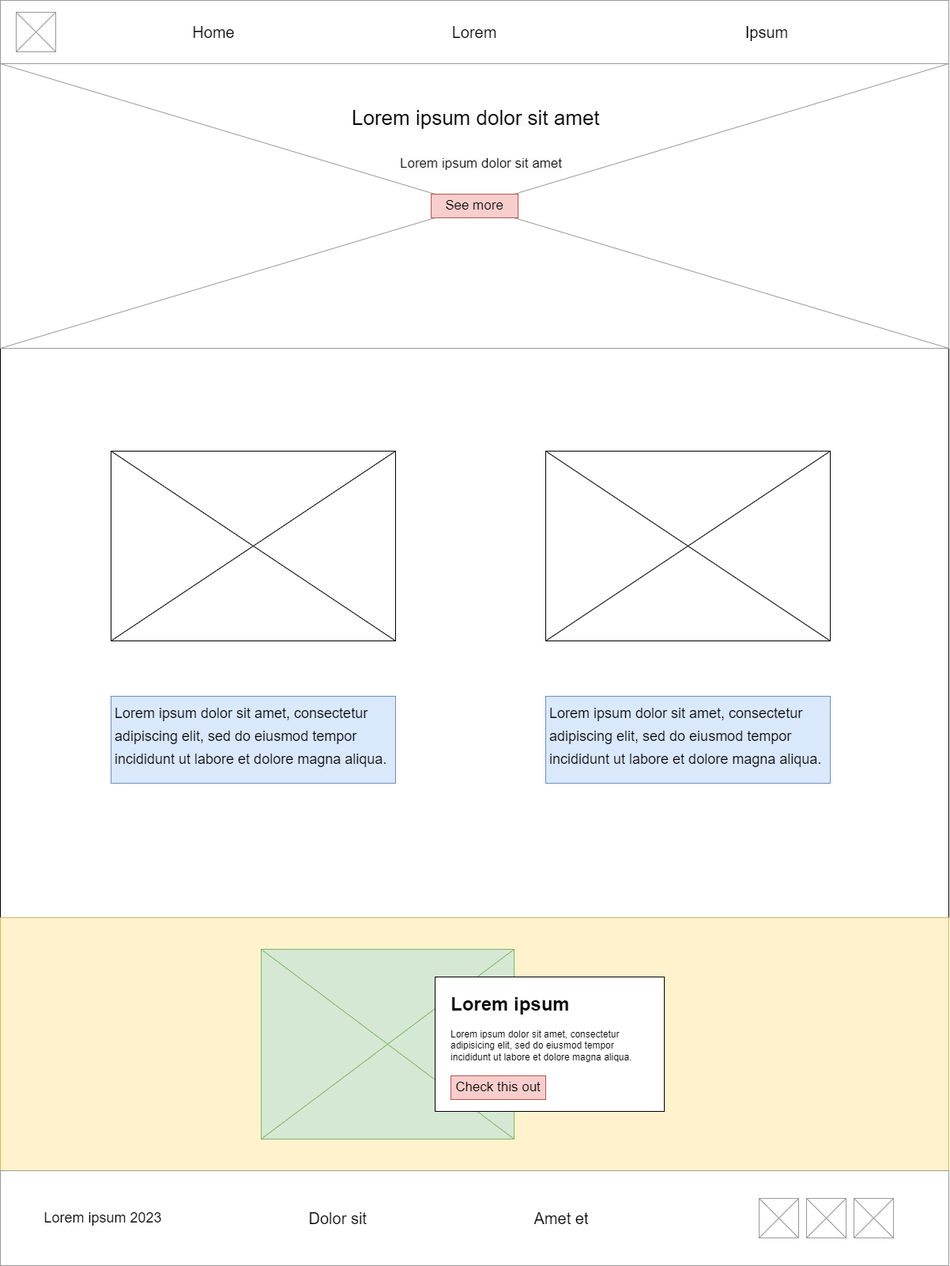
Above: design4triumph/images/storiespage.png in loureiroluan/wdd130 (draw.io), before the change. Source tidied: cells renumbered, new cells last; positions are measured from the earlier drawing's top-left corner, leaving out a move shared by most shapes. Its diagram source:
```xml
<mxGraphModel>
  <root>
    <mxCell id="0" />
    <mxCell id="1" parent="0" />
    <mxCell id="2" style="rounded=0;whiteSpace=wrap;html=1;" parent="1" vertex="1">
      <mxGeometry y="440" width="1200" height="720" as="geometry" />
    </mxCell>
    <mxCell id="3" style="strokeWidth=1;shadow=0;dashed=0;align=center;html=1;shape=mxgraph.mockup.forms.rrect;rSize=0;strokeColor=#d6b656;fillColor=#fff2cc;" parent="1" vertex="1">
      <mxGeometry y="1160" width="1200" height="320" as="geometry" />
    </mxCell>
    <mxCell id="4" style="strokeWidth=1;shadow=0;dashed=0;align=center;html=1;shape=mxgraph.mockup.forms.rrect;rSize=0;strokeColor=#999999;" parent="1" vertex="1">
      <mxGeometry width="1200" height="80" as="geometry" />
    </mxCell>
    <mxCell id="5" style="verticalLabelPosition=bottom;shadow=0;dashed=0;align=center;html=1;verticalAlign=top;strokeWidth=1;shape=mxgraph.mockup.graphics.simpleIcon;strokeColor=#999999;fillColor=#ffffff;" parent="1" vertex="1">
      <mxGeometry x="20" y="15" width="50" height="50" as="geometry" />
    </mxCell>
    <object id="6" label="&lt;span style=&quot;font-size: 20px;&quot;&gt;Ipsum&lt;/span&gt;" name="Variable" placeholders="1">
      <mxCell style="text;html=1;strokeColor=none;fillColor=none;align=center;verticalAlign=middle;whiteSpace=wrap;overflow=hidden;" parent="1" vertex="1">
        <mxGeometry x="930" y="20" width="80" height="40" as="geometry" />
      </mxCell>
    </object>
    <object id="7" label="&lt;font style=&quot;font-size: 20px;&quot;&gt;Home&lt;/font&gt;" name="Variable" placeholders="1">
      <mxCell style="text;html=1;strokeColor=none;fillColor=none;align=center;verticalAlign=middle;whiteSpace=wrap;overflow=hidden;" parent="1" vertex="1">
        <mxGeometry x="230" y="20" width="80" height="40" as="geometry" />
      </mxCell>
    </object>
    <object id="8" label="&lt;font style=&quot;font-size: 20px;&quot;&gt;Lorem&lt;/font&gt;" name="Variable" placeholders="1">
      <mxCell style="text;html=1;strokeColor=none;fillColor=none;align=center;verticalAlign=middle;whiteSpace=wrap;overflow=hidden;" parent="1" vertex="1">
        <mxGeometry x="560" y="20" width="80" height="40" as="geometry" />
      </mxCell>
    </object>
    <mxCell id="9" style="verticalLabelPosition=bottom;shadow=0;dashed=0;align=center;html=1;verticalAlign=top;strokeWidth=1;shape=mxgraph.mockup.graphics.simpleIcon;strokeColor=#999999;fillColor=#ffffff;" parent="1" vertex="1">
      <mxGeometry y="80" width="1200" height="360" as="geometry" />
    </mxCell>
    <mxCell id="10" style="strokeWidth=1;shadow=0;dashed=0;align=center;html=1;shape=mxgraph.mockup.forms.rrect;rSize=0;strokeColor=#999999;" parent="1" vertex="1">
      <mxGeometry y="1480" width="1200" height="120" as="geometry" />
    </mxCell>
    <object id="11" label="&lt;font style=&quot;font-size: 18px;&quot;&gt;Lorem ipsum 2023&lt;/font&gt;" name="Variable" placeholders="1">
      <mxCell style="text;html=1;strokeColor=none;fillColor=none;align=center;verticalAlign=middle;whiteSpace=wrap;overflow=hidden;" parent="1" vertex="1">
        <mxGeometry x="40" y="1520" width="180" height="40" as="geometry" />
      </mxCell>
    </object>
    <mxCell id="12" style="verticalLabelPosition=bottom;shadow=0;dashed=0;align=center;html=1;verticalAlign=top;strokeWidth=1;shape=mxgraph.mockup.graphics.simpleIcon;strokeColor=#999999;fillColor=#ffffff;" parent="1" vertex="1">
      <mxGeometry x="1080" y="1515" width="50" height="50" as="geometry" />
    </mxCell>
    <mxCell id="13" style="verticalLabelPosition=bottom;shadow=0;dashed=0;align=center;html=1;verticalAlign=top;strokeWidth=1;shape=mxgraph.mockup.graphics.simpleIcon;strokeColor=#999999;fillColor=#ffffff;" parent="1" vertex="1">
      <mxGeometry x="960" y="1515" width="50" height="50" as="geometry" />
    </mxCell>
    <mxCell id="14" style="verticalLabelPosition=bottom;shadow=0;dashed=0;align=center;html=1;verticalAlign=top;strokeWidth=1;shape=mxgraph.mockup.graphics.simpleIcon;strokeColor=#999999;fillColor=#ffffff;" parent="1" vertex="1">
      <mxGeometry x="1020" y="1515" width="50" height="50" as="geometry" />
    </mxCell>
    <object id="15" label="&lt;font style=&quot;font-size: 20px;&quot;&gt;Dolor sit&amp;nbsp;&lt;/font&gt;" name="Variable" placeholders="1">
      <mxCell style="text;html=1;strokeColor=none;fillColor=none;align=center;verticalAlign=middle;whiteSpace=wrap;overflow=hidden;" parent="1" vertex="1">
        <mxGeometry x="380" y="1520" width="100" height="40" as="geometry" />
      </mxCell>
    </object>
    <object id="16" label="&lt;font style=&quot;font-size: 20px;&quot;&gt;Amet et&lt;/font&gt;" name="Variable" placeholders="1">
      <mxCell style="text;html=1;strokeColor=none;fillColor=none;align=center;verticalAlign=middle;whiteSpace=wrap;overflow=hidden;" parent="1" vertex="1">
        <mxGeometry x="660" y="1520" width="100" height="40" as="geometry" />
      </mxCell>
    </object>
    <mxCell id="17" style="verticalLabelPosition=bottom;shadow=0;dashed=0;align=center;html=1;verticalAlign=top;strokeWidth=1;shape=mxgraph.mockup.graphics.simpleIcon;strokeColor=#82b366;fillColor=#d5e8d4;" parent="1" vertex="1">
      <mxGeometry x="330" y="1200" width="320" height="240" as="geometry" />
    </mxCell>
    <mxCell id="18" style="rounded=0;whiteSpace=wrap;html=1;fontColor=#999999;" parent="1" vertex="1">
      <mxGeometry x="550" y="1235" width="290" height="170" as="geometry" />
    </mxCell>
    <mxCell id="19" value="&lt;h1&gt;Lorem ipsum&lt;br&gt;&lt;/h1&gt;&lt;p style=&quot;&quot;&gt;Lorem ipsum dolor sit amet, consectetur adipisicing elit, sed do eiusmod tempor incididunt ut labore et dolore magna aliqua.&lt;/p&gt;" style="text;html=1;strokeColor=none;fillColor=none;spacing=5;spacingTop=-20;whiteSpace=wrap;overflow=hidden;rounded=0;align=left;" parent="1" vertex="1">
      <mxGeometry x="565" y="1250" width="260" height="100" as="geometry" />
    </mxCell>
    <object id="20" label="&lt;font style=&quot;font-size: 17px;&quot;&gt;Check this out&lt;/font&gt;" name="Variable" placeholders="1">
      <mxCell style="text;html=1;strokeColor=#b85450;fillColor=#f8cecc;align=center;verticalAlign=middle;whiteSpace=wrap;overflow=hidden;fontSize=17;strokeWidth=1;" parent="1" vertex="1">
        <mxGeometry x="570" y="1360" width="120" height="30" as="geometry" />
      </mxCell>
    </object>
    <mxCell id="21" value="&lt;br&gt;&lt;font style=&quot;&quot;&gt;&lt;span style=&quot;border-color: var(--border-color); color: rgb(0, 0, 0); font-family: Helvetica; font-style: normal; font-variant-ligatures: normal; font-variant-caps: normal; letter-spacing: normal; orphans: 2; text-indent: 0px; text-transform: none; widows: 2; word-spacing: 0px; -webkit-text-stroke-width: 0px; text-decoration-thickness: initial; text-decoration-style: initial; text-decoration-color: initial; text-align: left; background-color: rgb(251, 251, 251);&quot;&gt;&lt;font style=&quot;font-size: 26px;&quot;&gt;Lorem ipsum dolor sit amet&lt;/font&gt;&lt;/span&gt;&lt;br style=&quot;border-color: var(--border-color); color: rgb(0, 0, 0); font-family: Helvetica; font-style: normal; font-variant-ligatures: normal; font-variant-caps: normal; letter-spacing: normal; orphans: 2; text-align: center; text-indent: 0px; text-transform: none; widows: 2; word-spacing: 0px; -webkit-text-stroke-width: 0px; background-color: rgb(251, 251, 251); text-decoration-thickness: initial; text-decoration-style: initial; text-decoration-color: initial;&quot;&gt;&lt;/font&gt;" style="text;html=1;strokeColor=none;fillColor=none;spacing=5;spacingTop=-20;whiteSpace=wrap;overflow=hidden;rounded=0;" parent="1" vertex="1">
      <mxGeometry x="440" y="130" width="337" height="40" as="geometry" />
    </mxCell>
    <mxCell id="22" value="&lt;span style=&quot;color: rgb(0, 0, 0); font-family: Helvetica; font-style: normal; font-variant-ligatures: normal; font-variant-caps: normal; font-weight: 400; letter-spacing: normal; orphans: 2; text-align: left; text-indent: 0px; text-transform: none; widows: 2; word-spacing: 0px; -webkit-text-stroke-width: 0px; background-color: rgb(251, 251, 251); text-decoration-thickness: initial; text-decoration-style: initial; text-decoration-color: initial; float: none; display: inline !important;&quot;&gt;&lt;font style=&quot;font-size: 17px;&quot;&gt;Lorem ipsum dolor sit amet&lt;/font&gt;&lt;/span&gt;" style="text;whiteSpace=wrap;html=1;" parent="1" vertex="1">
      <mxGeometry x="503.5" y="190" width="210" height="40" as="geometry" />
    </mxCell>
    <object id="23" label="&lt;font style=&quot;font-size: 17px;&quot;&gt;See more&lt;/font&gt;" name="Variable" placeholders="1">
      <mxCell style="text;html=1;strokeColor=#b85450;fillColor=#f8cecc;align=center;verticalAlign=middle;whiteSpace=wrap;overflow=hidden;fontSize=17;strokeWidth=1;" parent="1" vertex="1">
        <mxGeometry x="545" y="245" width="110" height="30" as="geometry" />
      </mxCell>
    </object>
    <mxCell id="24" style="verticalLabelPosition=bottom;shadow=0;dashed=0;align=center;html=1;verticalAlign=top;strokeWidth=1;shape=mxgraph.mockup.graphics.simpleIcon;" parent="1" vertex="1">
      <mxGeometry x="140" y="570" width="360" height="240" as="geometry" />
    </mxCell>
    <mxCell id="25" value="&lt;h1&gt;&lt;span style=&quot;font-size: 18px; font-weight: normal; background-color: initial;&quot;&gt;Lorem ipsum dolor sit amet, consectetur adipiscing elit, sed do eiusmod tempor incididunt ut labore et dolore magna aliqua.&lt;/span&gt;&lt;br&gt;&lt;/h1&gt;" style="text;html=1;strokeColor=#6c8ebf;fillColor=#dae8fc;spacing=5;spacingTop=-20;whiteSpace=wrap;overflow=hidden;rounded=0;" parent="1" vertex="1">
      <mxGeometry x="140" y="880" width="360" height="110" as="geometry" />
    </mxCell>
    <mxCell id="26" value="&lt;h1&gt;&lt;span style=&quot;font-size: 18px; font-weight: normal; background-color: initial;&quot;&gt;Lorem ipsum dolor sit amet, consectetur adipiscing elit, sed do eiusmod tempor incididunt ut labore et dolore magna aliqua.&lt;/span&gt;&lt;br&gt;&lt;/h1&gt;" style="text;html=1;strokeColor=#6c8ebf;fillColor=#dae8fc;spacing=5;spacingTop=-20;whiteSpace=wrap;overflow=hidden;rounded=0;" parent="1" vertex="1">
      <mxGeometry x="690" y="880" width="360" height="110" as="geometry" />
    </mxCell>
    <mxCell id="27" style="verticalLabelPosition=bottom;shadow=0;dashed=0;align=center;html=1;verticalAlign=top;strokeWidth=1;shape=mxgraph.mockup.graphics.simpleIcon;" parent="1" vertex="1">
      <mxGeometry x="690" y="570" width="360" height="240" as="geometry" />
    </mxCell>
  </root>
</mxGraphModel>
```
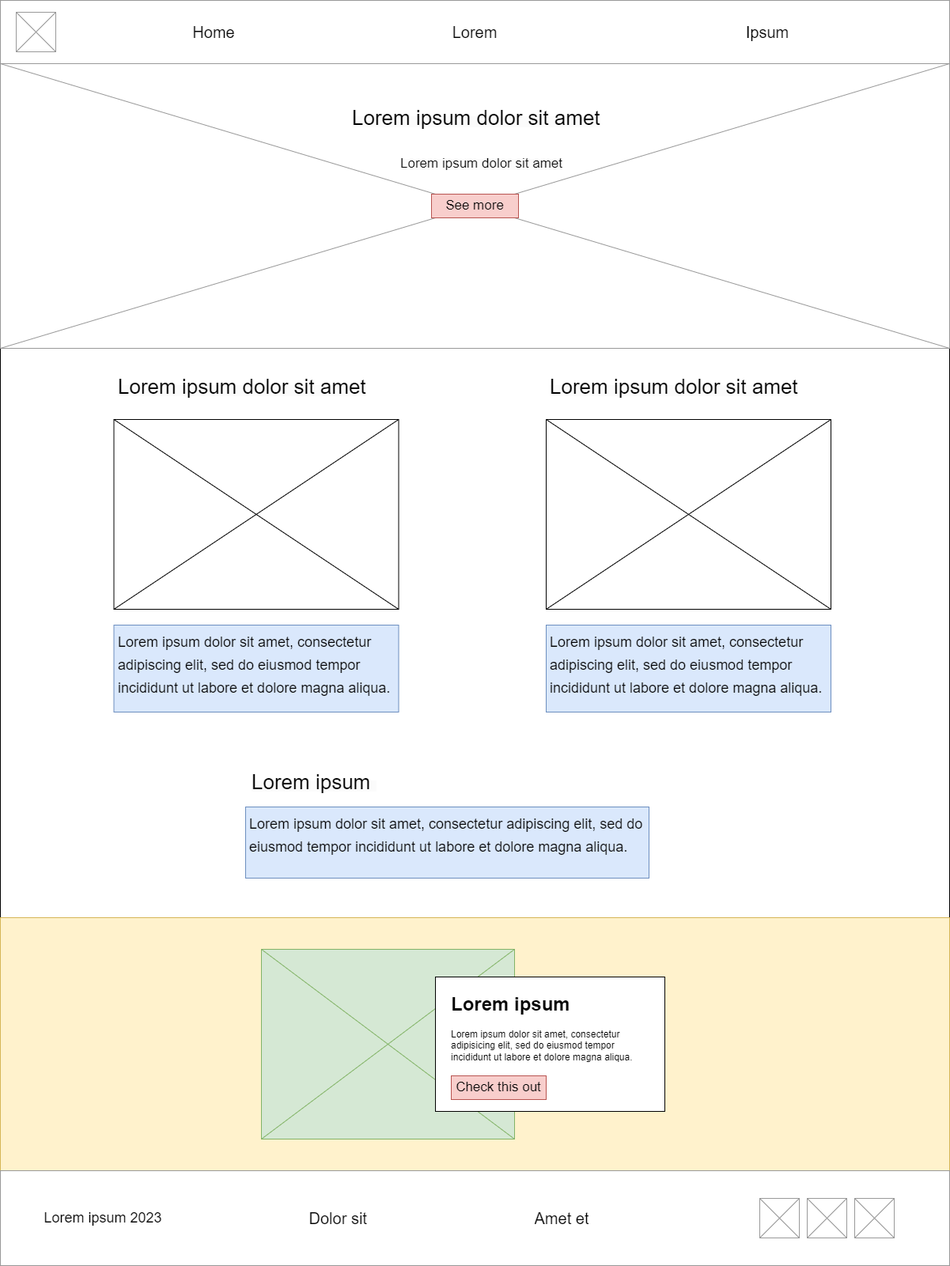
After the change.

Change to the diagram source:
```diff
@@ -85,16 +85,28 @@
       </mxCell>
     </object>
     <mxCell id="24" style="verticalLabelPosition=bottom;shadow=0;dashed=0;align=center;html=1;verticalAlign=top;strokeWidth=1;shape=mxgraph.mockup.graphics.simpleIcon;" parent="1" vertex="1">
-      <mxGeometry x="140" y="570" width="360" height="240" as="geometry" />
+      <mxGeometry x="143.5" y="530" width="360" height="240" as="geometry" />
     </mxCell>
     <mxCell id="25" value="&lt;h1&gt;&lt;span style=&quot;font-size: 18px; font-weight: normal; background-color: initial;&quot;&gt;Lorem ipsum dolor sit amet, consectetur adipiscing elit, sed do eiusmod tempor incididunt ut labore et dolore magna aliqua.&lt;/span&gt;&lt;br&gt;&lt;/h1&gt;" style="text;html=1;strokeColor=#6c8ebf;fillColor=#dae8fc;spacing=5;spacingTop=-20;whiteSpace=wrap;overflow=hidden;rounded=0;" parent="1" vertex="1">
-      <mxGeometry x="140" y="880" width="360" height="110" as="geometry" />
+      <mxGeometry x="143.5" y="790" width="360" height="110" as="geometry" />
     </mxCell>
     <mxCell id="26" value="&lt;h1&gt;&lt;span style=&quot;font-size: 18px; font-weight: normal; background-color: initial;&quot;&gt;Lorem ipsum dolor sit amet, consectetur adipiscing elit, sed do eiusmod tempor incididunt ut labore et dolore magna aliqua.&lt;/span&gt;&lt;br&gt;&lt;/h1&gt;" style="text;html=1;strokeColor=#6c8ebf;fillColor=#dae8fc;spacing=5;spacingTop=-20;whiteSpace=wrap;overflow=hidden;rounded=0;" parent="1" vertex="1">
-      <mxGeometry x="690" y="880" width="360" height="110" as="geometry" />
+      <mxGeometry x="690" y="790" width="360" height="110" as="geometry" />
     </mxCell>
     <mxCell id="27" style="verticalLabelPosition=bottom;shadow=0;dashed=0;align=center;html=1;verticalAlign=top;strokeWidth=1;shape=mxgraph.mockup.graphics.simpleIcon;" parent="1" vertex="1">
-      <mxGeometry x="690" y="570" width="360" height="240" as="geometry" />
+      <mxGeometry x="690" y="530" width="360" height="240" as="geometry" />
     </mxCell>
+    <mxCell id="28" value="&lt;br&gt;&lt;font style=&quot;&quot;&gt;&lt;span style=&quot;border-color: var(--border-color); color: rgb(0, 0, 0); font-family: Helvetica; font-style: normal; font-variant-ligatures: normal; font-variant-caps: normal; letter-spacing: normal; orphans: 2; text-indent: 0px; text-transform: none; widows: 2; word-spacing: 0px; -webkit-text-stroke-width: 0px; text-decoration-thickness: initial; text-decoration-style: initial; text-decoration-color: initial; text-align: left; background-color: rgb(251, 251, 251);&quot;&gt;&lt;font style=&quot;font-size: 26px;&quot;&gt;Lorem ipsum dolor sit amet&lt;/font&gt;&lt;/span&gt;&lt;br style=&quot;border-color: var(--border-color); color: rgb(0, 0, 0); font-family: Helvetica; font-style: normal; font-variant-ligatures: normal; font-variant-caps: normal; letter-spacing: normal; orphans: 2; text-align: center; text-indent: 0px; text-transform: none; widows: 2; word-spacing: 0px; -webkit-text-stroke-width: 0px; background-color: rgb(251, 251, 251); text-decoration-thickness: initial; text-decoration-style: initial; text-decoration-color: initial;&quot;&gt;&lt;/font&gt;" style="text;html=1;strokeColor=none;fillColor=none;spacing=5;spacingTop=-20;whiteSpace=wrap;overflow=hidden;rounded=0;" parent="1" vertex="1">
+      <mxGeometry x="143.5" y="470" width="337" height="40" as="geometry" />
+    </mxCell>
+    <mxCell id="29" value="&lt;br&gt;&lt;font style=&quot;&quot;&gt;&lt;span style=&quot;border-color: var(--border-color); color: rgb(0, 0, 0); font-family: Helvetica; font-style: normal; font-variant-ligatures: normal; font-variant-caps: normal; letter-spacing: normal; orphans: 2; text-indent: 0px; text-transform: none; widows: 2; word-spacing: 0px; -webkit-text-stroke-width: 0px; text-decoration-thickness: initial; text-decoration-style: initial; text-decoration-color: initial; text-align: left; background-color: rgb(251, 251, 251);&quot;&gt;&lt;font style=&quot;font-size: 26px;&quot;&gt;Lorem ipsum dolor sit amet&lt;/font&gt;&lt;/span&gt;&lt;br style=&quot;border-color: var(--border-color); color: rgb(0, 0, 0); font-family: Helvetica; font-style: normal; font-variant-ligatures: normal; font-variant-caps: normal; letter-spacing: normal; orphans: 2; text-align: center; text-indent: 0px; text-transform: none; widows: 2; word-spacing: 0px; -webkit-text-stroke-width: 0px; background-color: rgb(251, 251, 251); text-decoration-thickness: initial; text-decoration-style: initial; text-decoration-color: initial;&quot;&gt;&lt;/font&gt;" style="text;html=1;strokeColor=none;fillColor=none;spacing=5;spacingTop=-20;whiteSpace=wrap;overflow=hidden;rounded=0;" parent="1" vertex="1">
+      <mxGeometry x="690" y="470" width="337" height="40" as="geometry" />
+    </mxCell>
+    <mxCell id="30" value="&lt;br&gt;&lt;font style=&quot;&quot;&gt;&lt;span style=&quot;border-color: var(--border-color); color: rgb(0, 0, 0); font-family: Helvetica; font-style: normal; font-variant-ligatures: normal; font-variant-caps: normal; letter-spacing: normal; orphans: 2; text-indent: 0px; text-transform: none; widows: 2; word-spacing: 0px; -webkit-text-stroke-width: 0px; text-decoration-thickness: initial; text-decoration-style: initial; text-decoration-color: initial; text-align: left; background-color: rgb(251, 251, 251);&quot;&gt;&lt;font style=&quot;font-size: 26px;&quot;&gt;Lorem ipsum&amp;nbsp;&lt;/font&gt;&lt;/span&gt;&lt;br style=&quot;border-color: var(--border-color); color: rgb(0, 0, 0); font-family: Helvetica; font-style: normal; font-variant-ligatures: normal; font-variant-caps: normal; letter-spacing: normal; orphans: 2; text-align: center; text-indent: 0px; text-transform: none; widows: 2; word-spacing: 0px; -webkit-text-stroke-width: 0px; background-color: rgb(251, 251, 251); text-decoration-thickness: initial; text-decoration-style: initial; text-decoration-color: initial;&quot;&gt;&lt;/font&gt;" style="text;html=1;strokeColor=none;fillColor=none;spacing=5;spacingTop=-20;whiteSpace=wrap;overflow=hidden;rounded=0;" parent="1" vertex="1">
+      <mxGeometry x="313" y="970" width="337" height="40" as="geometry" />
+    </mxCell>
+    <mxCell id="31" value="&lt;h1&gt;&lt;span style=&quot;font-size: 18px; font-weight: normal; background-color: initial;&quot;&gt;Lorem ipsum dolor sit amet, consectetur adipiscing elit, sed do eiusmod tempor incididunt ut labore et dolore magna aliqua.&lt;/span&gt;&lt;br&gt;&lt;/h1&gt;" style="text;html=1;strokeColor=#6c8ebf;fillColor=#dae8fc;spacing=5;spacingTop=-20;whiteSpace=wrap;overflow=hidden;rounded=0;" parent="1" vertex="1">
+      <mxGeometry x="310" y="1020" width="510" height="90" as="geometry" />
+    </mxCell>
   </root>
 </mxGraphModel>
```
